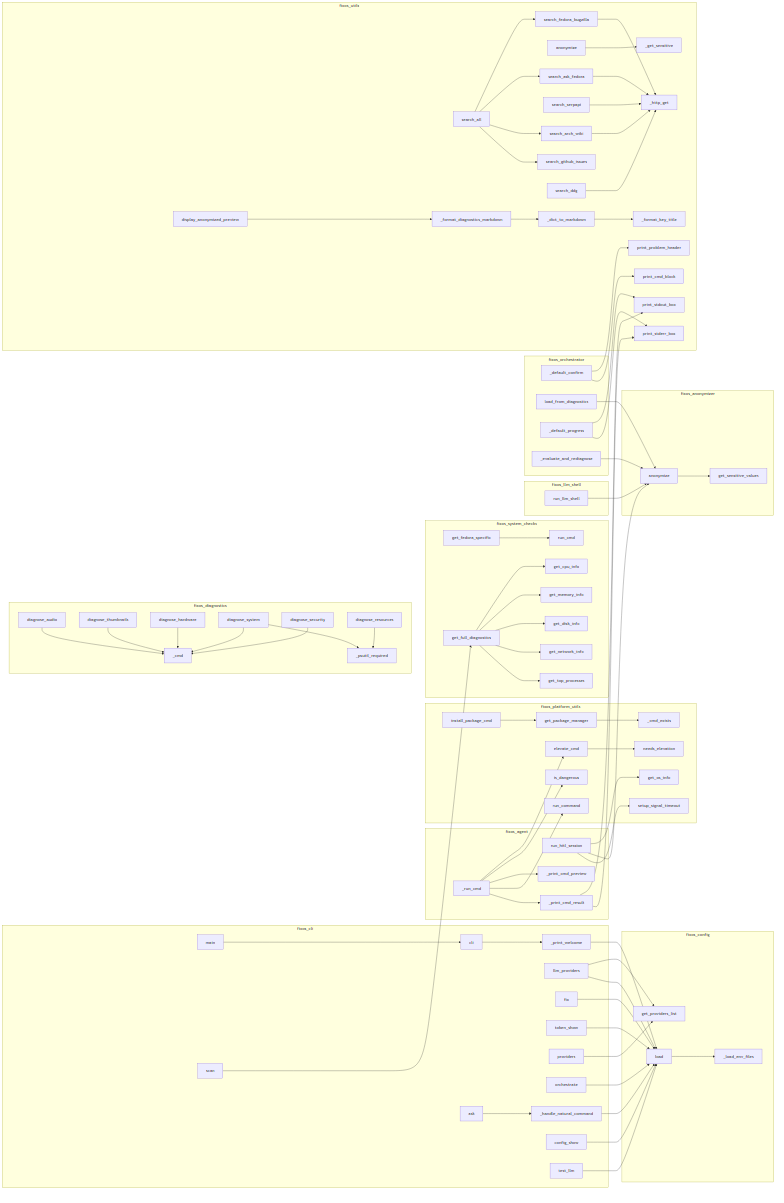
Before: project/calls.png, a diagram exported from Mermaid (wronai/fixos). Its source is kept beside it as project/calls.mmd. Its diagram source:
```mermaid
flowchart LR
    subgraph fixos_agent
        fixos__agent__hitl___print_cmd_preview["_print_cmd_preview"]
        fixos__agent__hitl___print_cmd_result["_print_cmd_result"]
        fixos__agent__hitl__run_hitl_session["run_hitl_session"]
        fixos__agent__hitl___run_cmd["_run_cmd"]
    end
    subgraph fixos_anonymizer
        fixos__anonymizer__get_sensitive_values["get_sensitive_values"]
        fixos__anonymizer__anonymize["anonymize"]
    end
    subgraph fixos_cli
        fixos__cli__llm_providers["llm_providers"]
        fixos__cli___print_welcome["_print_welcome"]
        fixos__cli__token_show["token_show"]
        fixos__cli__orchestrate["orchestrate"]
        fixos__cli__providers["providers"]
        fixos__cli__test_llm["test_llm"]
        fixos__cli__ask["ask"]
        fixos__cli__main["main"]
        fixos__cli__scan["scan"]
        fixos__cli__cli["cli"]
        fixos__cli__fix["fix"]
        fixos__cli__config_show["config_show"]
        fixos__cli___handle_natural_command["_handle_natural_command"]
    end
    subgraph fixos_config
        fixos__config__get_providers_list["get_providers_list"]
        fixos__config__FixOsConfig__load["load"]
        fixos__config___load_env_files["_load_env_files"]
    end
    subgraph fixos_diagnostics
        fixos__diagnose_thumbnails["diagnose_thumbnails"]
        fixos__diagnostics__system_checks__diagnose_system["diagnose_system"]
        fixos___psutil_required["_psutil_required"]
        fixos__diagnostics__system_checks___cmd["_cmd"]
        fixos__diagnose_security["diagnose_security"]
        fixos__diagnose_resources["diagnose_resources"]
        fixos__diagnose_hardware["diagnose_hardware"]
        fixos__diagnostics__system_checks__diagnose_audio["diagnose_audio"]
    end
    subgraph fixos_llm_shell
        fixos__llm_shell__run_llm_shell["run_llm_shell"]
    end
    subgraph fixos_orchestrator
        fixos___default_confirm["_default_confirm"]
        fixos___default_progress["_default_progress"]
        fixos__load_from_diagnostics["load_from_diagnostics"]
        fixos___evaluate_and_rediagnose["_evaluate_and_rediagnose"]
    end
    subgraph fixos_platform_utils
        fixos__platform_utils__setup_signal_timeout["setup_signal_timeout"]
        fixos__platform_utils__install_package_cmd["install_package_cmd"]
        fixos__platform_utils__run_command["run_command"]
        fixos__platform_utils__get_package_manager["get_package_manager"]
        fixos__platform_utils__get_os_info["get_os_info"]
        fixos__platform_utils__elevate_cmd["elevate_cmd"]
        fixos__platform_utils__needs_elevation["needs_elevation"]
        fixos__platform_utils___cmd_exists["_cmd_exists"]
        fixos__platform_utils__is_dangerous["is_dangerous"]
    end
    subgraph fixos_system_checks
        fixos__system_checks__get_memory_info["get_memory_info"]
        fixos__system_checks__get_disk_info["get_disk_info"]
        fixos__system_checks__get_fedora_specific["get_fedora_specific"]
        fixos__system_checks__get_full_diagnostics["get_full_diagnostics"]
        fixos__system_checks__get_cpu_info["get_cpu_info"]
        fixos__system_checks__get_top_processes["get_top_processes"]
        fixos__system_checks__get_network_info["get_network_info"]
        fixos__system_checks__run_cmd["run_cmd"]
    end
    subgraph fixos_utils
        fixos__utils__web_search___http_get["_http_get"]
        fixos__utils__terminal__print_stdout_box["print_stdout_box"]
        fixos__utils__terminal__print_stderr_box["print_stderr_box"]
        fixos__utils__terminal__print_problem_header["print_problem_header"]
        fixos__utils__anonymizer___format_key_title["_format_key_title"]
        fixos__utils__web_search__search_serpapi["search_serpapi"]
        fixos__utils__terminal__print_cmd_block["print_cmd_block"]
        fixos__utils__web_search__search_all["search_all"]
        fixos__utils__web_search__search_arch_wiki["search_arch_wiki"]
        fixos__display_anonymized_preview["display_anonymized_preview"]
        fixos__utils__anonymizer___dict_to_markdown["_dict_to_markdown"]
        fixos__utils__web_search__search_ddg["search_ddg"]
        fixos___format_diagnostics_markdown["_format_diagnostics_markdown"]
        fixos__utils__web_search__search_ask_fedora["search_ask_fedora"]
        fixos__utils__anonymizer___get_sensitive["_get_sensitive"]
        fixos__utils__web_search__search_github_issues["search_github_issues"]
        fixos__utils__web_search__search_fedora_bugzilla["search_fedora_bugzilla"]
        fixos__utils__anonymizer__anonymize["anonymize"]
    end
    fixos__platform_utils__elevate_cmd --> fixos__platform_utils__needs_elevation
    fixos__platform_utils__get_package_manager --> fixos__platform_utils___cmd_exists
    fixos__platform_utils__install_package_cmd --> fixos__platform_utils__get_package_manager
    fixos__anonymizer__anonymize --> fixos__anonymizer__get_sensitive_values
    fixos__system_checks__get_fedora_specific --> fixos__system_checks__run_cmd
    fixos__system_checks__get_full_diagnostics --> fixos__system_checks__get_cpu_info
    fixos__system_checks__get_full_diagnostics --> fixos__system_checks__get_memory_info
    fixos__system_checks__get_full_diagnostics --> fixos__system_checks__get_disk_info
    fixos__system_checks__get_full_diagnostics --> fixos__system_checks__get_network_info
    fixos__system_checks__get_full_diagnostics --> fixos__system_checks__get_top_processes
    fixos__llm_shell__run_llm_shell --> fixos__anonymizer__anonymize
    fixos__diagnostics__system_checks__diagnose_audio --> fixos__diagnostics__system_checks___cmd
    fixos__diagnose_thumbnails --> fixos__diagnostics__system_checks___cmd
    fixos__diagnose_hardware --> fixos__diagnostics__system_checks___cmd
    fixos__diagnostics__system_checks__diagnose_system --> fixos___psutil_required
    fixos__diagnostics__system_checks__diagnose_system --> fixos__diagnostics__system_checks___cmd
    fixos__diagnose_security --> fixos__diagnostics__system_checks___cmd
    fixos__diagnose_resources --> fixos___psutil_required
    fixos__agent__hitl___print_cmd_result --> fixos__utils__terminal__print_stdout_box
    fixos__agent__hitl___print_cmd_result --> fixos__utils__terminal__print_stderr_box
    fixos__agent__hitl___run_cmd --> fixos__platform_utils__elevate_cmd
    fixos__agent__hitl___run_cmd --> fixos__platform_utils__is_dangerous
    fixos__agent__hitl___run_cmd --> fixos__agent__hitl___print_cmd_preview
    fixos__agent__hitl___run_cmd --> fixos__platform_utils__run_command
    fixos__agent__hitl___run_cmd --> fixos__agent__hitl___print_cmd_result
    fixos__agent__hitl__run_hitl_session --> fixos__platform_utils__get_os_info
    fixos__agent__hitl__run_hitl_session --> fixos__anonymizer__anonymize
    fixos__agent__hitl__run_hitl_session --> fixos__platform_utils__setup_signal_timeout
    fixos__config__FixOsConfig__load --> fixos__config___load_env_files
    fixos__utils__web_search__search_fedora_bugzilla --> fixos__utils__web_search___http_get
    fixos__utils__web_search__search_ask_fedora --> fixos__utils__web_search___http_get
    fixos__utils__web_search__search_arch_wiki --> fixos__utils__web_search___http_get
    fixos__utils__web_search__search_serpapi --> fixos__utils__web_search___http_get
    fixos__utils__web_search__search_ddg --> fixos__utils__web_search___http_get
    fixos__utils__web_search__search_all --> fixos__utils__web_search__search_fedora_bugzilla
    fixos__utils__web_search__search_all --> fixos__utils__web_search__search_ask_fedora
    fixos__utils__web_search__search_all --> fixos__utils__web_search__search_arch_wiki
    fixos__utils__web_search__search_all --> fixos__utils__web_search__search_github_issues
    fixos__utils__anonymizer__anonymize --> fixos__utils__anonymizer___get_sensitive
    fixos__display_anonymized_preview --> fixos___format_diagnostics_markdown
    fixos___format_diagnostics_markdown --> fixos__utils__anonymizer___dict_to_markdown
    fixos__utils__anonymizer___dict_to_markdown --> fixos__utils__anonymizer___format_key_title
    fixos__load_from_diagnostics --> fixos__anonymizer__anonymize
    fixos___evaluate_and_rediagnose --> fixos__anonymizer__anonymize
    fixos___default_confirm --> fixos__utils__terminal__print_problem_header
    fixos___default_confirm --> fixos__utils__terminal__print_cmd_block
    fixos___default_progress --> fixos__utils__terminal__print_stdout_box
    fixos___default_progress --> fixos__utils__terminal__print_stderr_box
    fixos__cli__cli --> fixos__cli___print_welcome
    fixos__cli__ask --> fixos__cli___handle_natural_command
    fixos__cli___handle_natural_command --> fixos__config__FixOsConfig__load
    fixos__cli___print_welcome --> fixos__config__FixOsConfig__load
    fixos__cli__scan --> fixos__system_checks__get_full_diagnostics
    fixos__cli__fix --> fixos__config__FixOsConfig__load
    fixos__cli__token_show --> fixos__config__FixOsConfig__load
    fixos__cli__config_show --> fixos__config__FixOsConfig__load
    fixos__cli__llm_providers --> fixos__config__get_providers_list
    fixos__cli__llm_providers --> fixos__config__FixOsConfig__load
    fixos__cli__providers --> fixos__config__get_providers_list
    fixos__cli__test_llm --> fixos__config__FixOsConfig__load
    fixos__cli__orchestrate --> fixos__config__FixOsConfig__load
    fixos__cli__main --> fixos__cli__cli
```
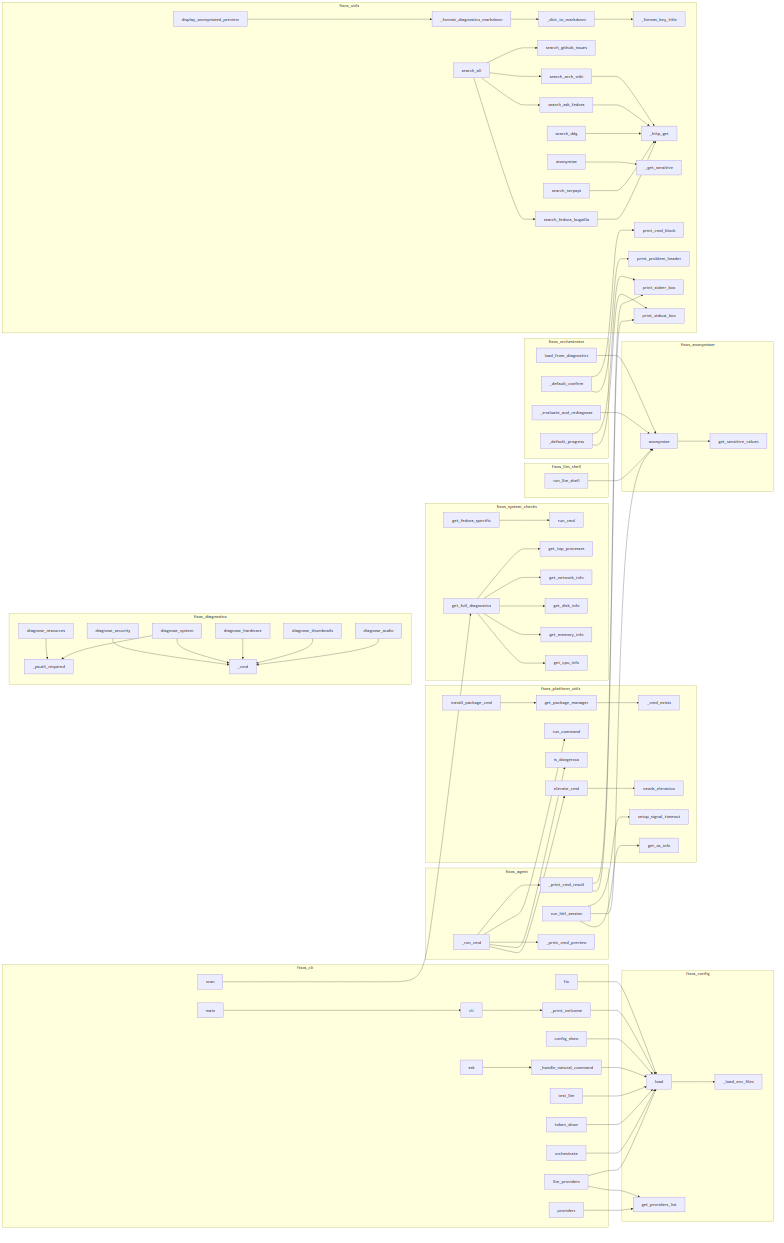
After the change.

The edit, as a diff of the source:
```diff
@@ -1,104 +1,104 @@
 flowchart LR
     subgraph fixos_agent
+        fixos__agent__hitl___print_cmd_result["_print_cmd_result"]
+        fixos__agent__hitl___run_cmd["_run_cmd"]
+        fixos__agent__hitl__run_hitl_session["run_hitl_session"]
         fixos__agent__hitl___print_cmd_preview["_print_cmd_preview"]
-        fixos__agent__hitl___print_cmd_result["_print_cmd_result"]
-        fixos__agent__hitl__run_hitl_session["run_hitl_session"]
-        fixos__agent__hitl___run_cmd["_run_cmd"]
     end
     subgraph fixos_anonymizer
         fixos__anonymizer__get_sensitive_values["get_sensitive_values"]
         fixos__anonymizer__anonymize["anonymize"]
     end
     subgraph fixos_cli
+        fixos__cli__scan["scan"]
+        fixos__cli__fix["fix"]
+        fixos__cli___print_welcome["_print_welcome"]
         fixos__cli__llm_providers["llm_providers"]
-        fixos__cli___print_welcome["_print_welcome"]
-        fixos__cli__token_show["token_show"]
-        fixos__cli__orchestrate["orchestrate"]
-        fixos__cli__providers["providers"]
-        fixos__cli__test_llm["test_llm"]
-        fixos__cli__ask["ask"]
-        fixos__cli__main["main"]
-        fixos__cli__scan["scan"]
-        fixos__cli__cli["cli"]
-        fixos__cli__fix["fix"]
         fixos__cli__config_show["config_show"]
         fixos__cli___handle_natural_command["_handle_natural_command"]
+        fixos__cli__cli["cli"]
+        fixos__cli__orchestrate["orchestrate"]
+        fixos__cli__token_show["token_show"]
+        fixos__cli__main["main"]
+        fixos__cli__ask["ask"]
+        fixos__cli__test_llm["test_llm"]
+        fixos__cli__providers["providers"]
     end
     subgraph fixos_config
+        fixos__config___load_env_files["_load_env_files"]
         fixos__config__get_providers_list["get_providers_list"]
         fixos__config__FixOsConfig__load["load"]
-        fixos__config___load_env_files["_load_env_files"]
     end
     subgraph fixos_diagnostics
         fixos__diagnose_thumbnails["diagnose_thumbnails"]
-        fixos__diagnostics__system_checks__diagnose_system["diagnose_system"]
+        fixos__diagnose_resources["diagnose_resources"]
         fixos___psutil_required["_psutil_required"]
         fixos__diagnostics__system_checks___cmd["_cmd"]
         fixos__diagnose_security["diagnose_security"]
-        fixos__diagnose_resources["diagnose_resources"]
         fixos__diagnose_hardware["diagnose_hardware"]
         fixos__diagnostics__system_checks__diagnose_audio["diagnose_audio"]
+        fixos__diagnostics__system_checks__diagnose_system["diagnose_system"]
     end
     subgraph fixos_llm_shell
         fixos__llm_shell__run_llm_shell["run_llm_shell"]
     end
     subgraph fixos_orchestrator
-        fixos___default_confirm["_default_confirm"]
-        fixos___default_progress["_default_progress"]
         fixos__load_from_diagnostics["load_from_diagnostics"]
         fixos___evaluate_and_rediagnose["_evaluate_and_rediagnose"]
+        fixos___default_progress["_default_progress"]
+        fixos___default_confirm["_default_confirm"]
     end
     subgraph fixos_platform_utils
+        fixos__platform_utils__run_command["run_command"]
+        fixos__platform_utils__needs_elevation["needs_elevation"]
+        fixos__platform_utils__install_package_cmd["install_package_cmd"]
+        fixos__platform_utils__elevate_cmd["elevate_cmd"]
+        fixos__platform_utils__is_dangerous["is_dangerous"]
+        fixos__platform_utils__get_os_info["get_os_info"]
+        fixos__platform_utils___cmd_exists["_cmd_exists"]
+        fixos__platform_utils__get_package_manager["get_package_manager"]
         fixos__platform_utils__setup_signal_timeout["setup_signal_timeout"]
-        fixos__platform_utils__install_package_cmd["install_package_cmd"]
-        fixos__platform_utils__run_command["run_command"]
-        fixos__platform_utils__get_package_manager["get_package_manager"]
-        fixos__platform_utils__get_os_info["get_os_info"]
-        fixos__platform_utils__elevate_cmd["elevate_cmd"]
-        fixos__platform_utils__needs_elevation["needs_elevation"]
-        fixos__platform_utils___cmd_exists["_cmd_exists"]
-        fixos__platform_utils__is_dangerous["is_dangerous"]
     end
     subgraph fixos_system_checks
+        fixos__system_checks__run_cmd["run_cmd"]
+        fixos__system_checks__get_network_info["get_network_info"]
         fixos__system_checks__get_memory_info["get_memory_info"]
+        fixos__system_checks__get_top_processes["get_top_processes"]
         fixos__system_checks__get_disk_info["get_disk_info"]
         fixos__system_checks__get_fedora_specific["get_fedora_specific"]
         fixos__system_checks__get_full_diagnostics["get_full_diagnostics"]
         fixos__system_checks__get_cpu_info["get_cpu_info"]
-        fixos__system_checks__get_top_processes["get_top_processes"]
-        fixos__system_checks__get_network_info["get_network_info"]
-        fixos__system_checks__run_cmd["run_cmd"]
     end
     subgraph fixos_utils
+        fixos__utils__anonymizer___get_sensitive["_get_sensitive"]
+        fixos__utils__web_search__search_arch_wiki["search_arch_wiki"]
         fixos__utils__web_search___http_get["_http_get"]
+        fixos__utils__web_search__search_github_issues["search_github_issues"]
+        fixos__utils__anonymizer___dict_to_markdown["_dict_to_markdown"]
+        fixos__utils__web_search__search_serpapi["search_serpapi"]
+        fixos__display_anonymized_preview["display_anonymized_preview"]
+        fixos__utils__web_search__search_fedora_bugzilla["search_fedora_bugzilla"]
+        fixos__utils__web_search__search_all["search_all"]
+        fixos__utils__web_search__search_ask_fedora["search_ask_fedora"]
+        fixos__utils__anonymizer__anonymize["anonymize"]
+        fixos__utils__terminal__print_problem_header["print_problem_header"]
+        fixos__utils__terminal__print_stderr_box["print_stderr_box"]
         fixos__utils__terminal__print_stdout_box["print_stdout_box"]
-        fixos__utils__terminal__print_stderr_box["print_stderr_box"]
-        fixos__utils__terminal__print_problem_header["print_problem_header"]
+        fixos___format_diagnostics_markdown["_format_diagnostics_markdown"]
+        fixos__utils__terminal__print_cmd_block["print_cmd_block"]
         fixos__utils__anonymizer___format_key_title["_format_key_title"]
-        fixos__utils__web_search__search_serpapi["search_serpapi"]
-        fixos__utils__terminal__print_cmd_block["print_cmd_block"]
-        fixos__utils__web_search__search_all["search_all"]
-        fixos__utils__web_search__search_arch_wiki["search_arch_wiki"]
-        fixos__display_anonymized_preview["display_anonymized_preview"]
-        fixos__utils__anonymizer___dict_to_markdown["_dict_to_markdown"]
         fixos__utils__web_search__search_ddg["search_ddg"]
-        fixos___format_diagnostics_markdown["_format_diagnostics_markdown"]
-        fixos__utils__web_search__search_ask_fedora["search_ask_fedora"]
-        fixos__utils__anonymizer___get_sensitive["_get_sensitive"]
-        fixos__utils__web_search__search_github_issues["search_github_issues"]
-        fixos__utils__web_search__search_fedora_bugzilla["search_fedora_bugzilla"]
-        fixos__utils__anonymizer__anonymize["anonymize"]
     end
     fixos__platform_utils__elevate_cmd --> fixos__platform_utils__needs_elevation
     fixos__platform_utils__get_package_manager --> fixos__platform_utils___cmd_exists
     fixos__platform_utils__install_package_cmd --> fixos__platform_utils__get_package_manager
-    fixos__anonymizer__anonymize --> fixos__anonymizer__get_sensitive_values
     fixos__system_checks__get_fedora_specific --> fixos__system_checks__run_cmd
     fixos__system_checks__get_full_diagnostics --> fixos__system_checks__get_cpu_info
     fixos__system_checks__get_full_diagnostics --> fixos__system_checks__get_memory_info
     fixos__system_checks__get_full_diagnostics --> fixos__system_checks__get_disk_info
     fixos__system_checks__get_full_diagnostics --> fixos__system_checks__get_network_info
     fixos__system_checks__get_full_diagnostics --> fixos__system_checks__get_top_processes
+    fixos__anonymizer__anonymize --> fixos__anonymizer__get_sensitive_values
     fixos__llm_shell__run_llm_shell --> fixos__anonymizer__anonymize
     fixos__diagnostics__system_checks__diagnose_audio --> fixos__diagnostics__system_checks___cmd
     fixos__diagnose_thumbnails --> fixos__diagnostics__system_checks___cmd
@@ -118,6 +118,10 @@
     fixos__agent__hitl__run_hitl_session --> fixos__anonymizer__anonymize
     fixos__agent__hitl__run_hitl_session --> fixos__platform_utils__setup_signal_timeout
     fixos__config__FixOsConfig__load --> fixos__config___load_env_files
+    fixos__utils__anonymizer__anonymize --> fixos__utils__anonymizer___get_sensitive
+    fixos__display_anonymized_preview --> fixos___format_diagnostics_markdown
+    fixos___format_diagnostics_markdown --> fixos__utils__anonymizer___dict_to_markdown
+    fixos__utils__anonymizer___dict_to_markdown --> fixos__utils__anonymizer___format_key_title
     fixos__utils__web_search__search_fedora_bugzilla --> fixos__utils__web_search___http_get
     fixos__utils__web_search__search_ask_fedora --> fixos__utils__web_search___http_get
     fixos__utils__web_search__search_arch_wiki --> fixos__utils__web_search___http_get
@@ -127,10 +131,6 @@
     fixos__utils__web_search__search_all --> fixos__utils__web_search__search_ask_fedora
     fixos__utils__web_search__search_all --> fixos__utils__web_search__search_arch_wiki
     fixos__utils__web_search__search_all --> fixos__utils__web_search__search_github_issues
-    fixos__utils__anonymizer__anonymize --> fixos__utils__anonymizer___get_sensitive
-    fixos__display_anonymized_preview --> fixos___format_diagnostics_markdown
-    fixos___format_diagnostics_markdown --> fixos__utils__anonymizer___dict_to_markdown
-    fixos__utils__anonymizer___dict_to_markdown --> fixos__utils__anonymizer___format_key_title
     fixos__load_from_diagnostics --> fixos__anonymizer__anonymize
     fixos___evaluate_and_rediagnose --> fixos__anonymizer__anonymize
     fixos___default_confirm --> fixos__utils__terminal__print_problem_header
```
